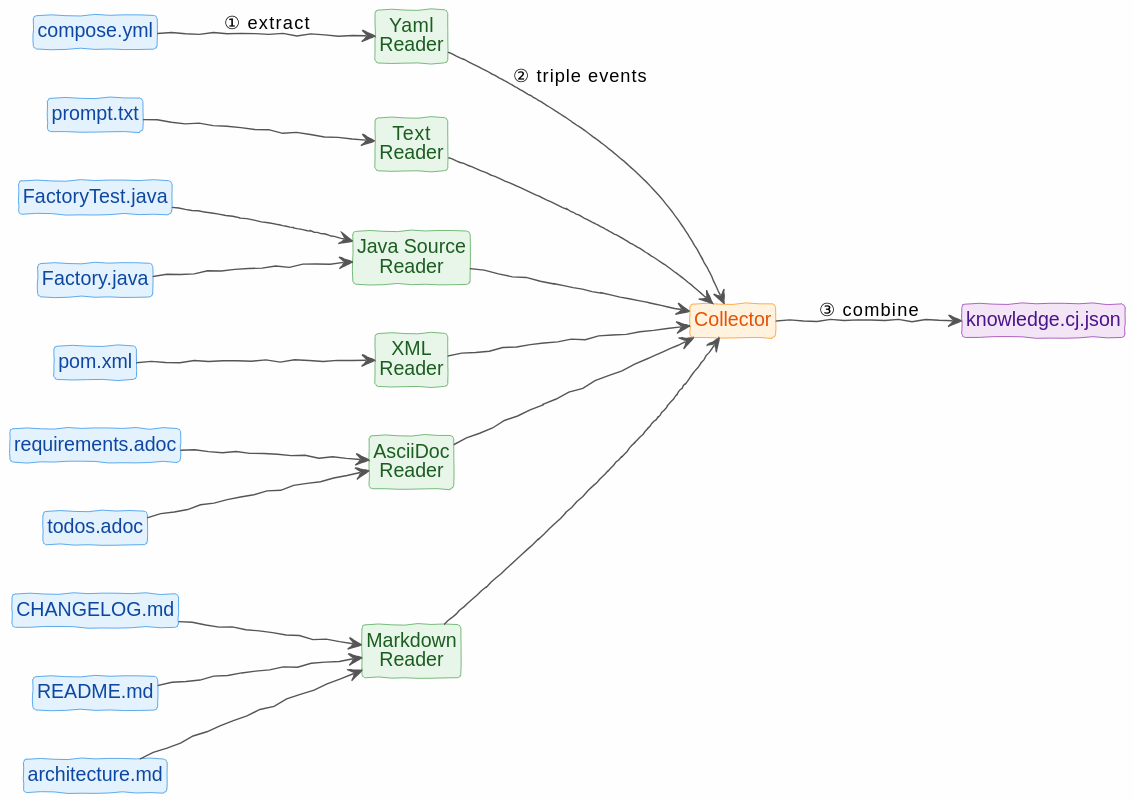
This is site/images/architecture.svg from Calpano/ddot.it, a PlantUML export, as it was before one commit. Source of this version:
```plantuml
@startuml
hide circles
hide empty members
hide stereotype
!option handwritten true
left to right direction

skinparam backgroundColor #FEFEFE
skinparam shadow false

skinparam class {
    BackgroundColor White
    ArrowColor #555555
    BorderColor #555555
    FontName Helvetica
}

skinparam class<<File>> {
    BackgroundColor #E3F2FD
    BorderColor #1E88E5
    FontColor #0D47A1
}

skinparam class<<Reader>> {
    BackgroundColor #E8F5E9
    BorderColor #43A047
    FontColor #1B5E20
}

skinparam class<<Core>> {
    BackgroundColor #FFF3E0
    BorderColor #FB8C00
    FontColor #E65100
}

skinparam class<<Data>> {
    BackgroundColor #F3E5F5
    BorderColor #8E24AA
    FontColor #4A148C
}

class kg as "knowledge.cj.json" <<Data>>
class Collector <<Core>>

class mdReader as "Markdown\nReader" <<Reader>>
class adocReader as "AsciiDoc\nReader" <<Reader>>
class xmlReader as "XML\nReader" <<Reader>>
class ymlReader as "Yaml\nReader" <<Reader>>
class javaReader as "Java Source\nReader" <<Reader>>
class txtReader as "Text\nReader" <<Reader>>

class f1 as "architecture.md" <<File>>
class f2 as "Factory.java" <<File>>
class f3 as "pom.xml" <<File>>
class f4 as "README.md" <<File>>
class f5 as "prompt.txt" <<File>>
class f6 as "todos.adoc" <<File>>
class f7 as "requirements.adoc" <<File>>
class f8 as "CHANGELOG.md" <<File>>
class f10 as "FactoryTest.java" <<File>>
class f11 as "compose.yml" <<File>>

Collector --> kg : ③ combine
Collector <--u mdReader
Collector <--u adocReader
Collector <--u xmlReader
Collector <--u ymlReader : ② triple events
Collector <--u javaReader
Collector <--u txtReader
mdReader <--u f1
mdReader <--u f4
mdReader <--u f8
adocReader <--u f6
adocReader <--u f7
txtReader <--u f5
javaReader <--u f2
javaReader <--u f10
xmlReader <--u f3
ymlReader <--u f11: ① extract
@enduml
```
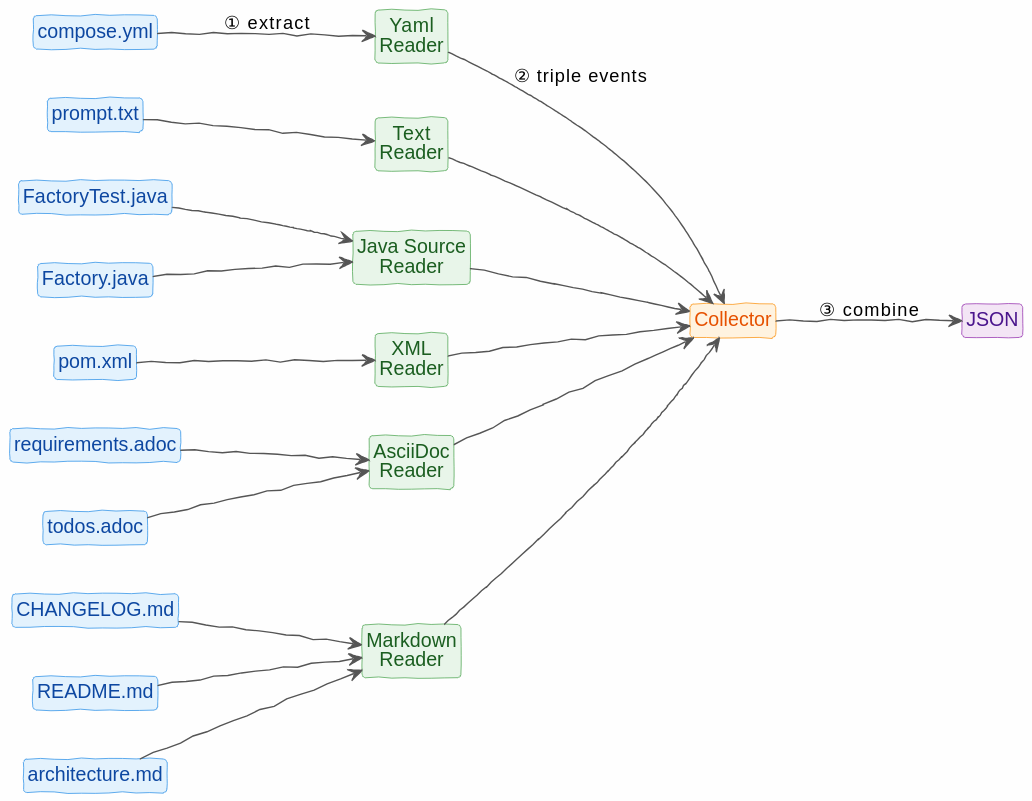
The same file after the commit.

The edit, as a diff of the source:
```diff
@@ -39,7 +39,7 @@
     FontColor #4A148C
 }
 
-class kg as "knowledge.cj.json" <<Data>>
+class kg as "JSON" <<Data>>
 class Collector <<Core>>
 
 class mdReader as "Markdown\nReader" <<Reader>>
```
